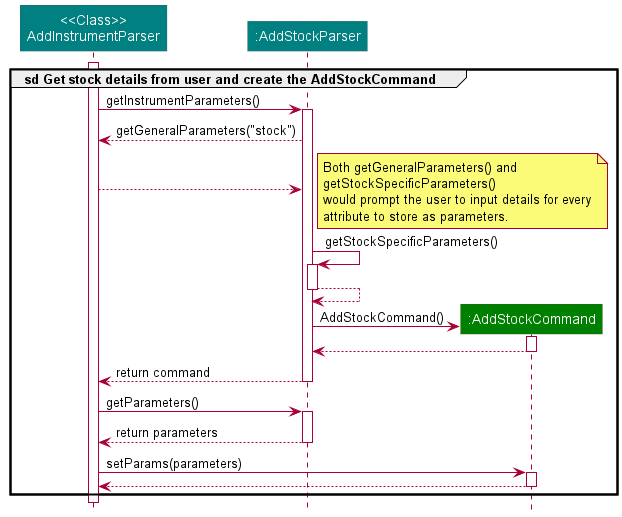
williamlamjy/mTracker keeps this PlantUML diagram as docs/images/AddStockSequenceDiagramRef.png. Above is the earlier version.
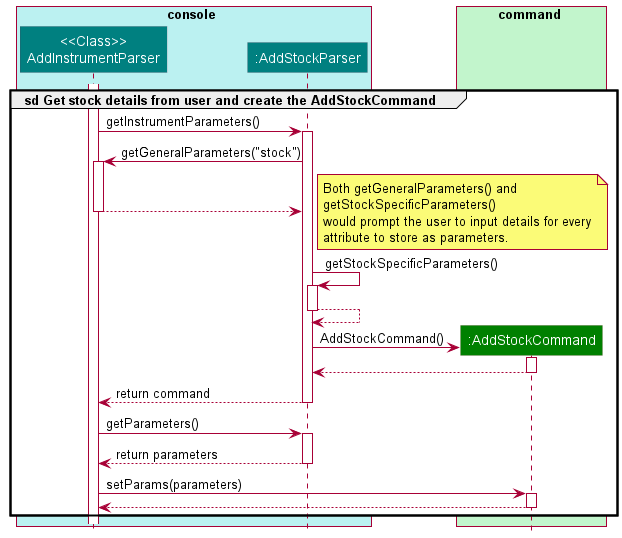
After the commit.

Commit message:
Fix according to pr feedback

The edit, as a diff of the source:
```diff
@@ -2,17 +2,24 @@
 !include Styles.puml
 
 group sd Get stock details from user and create the AddStockCommand
+
+box console COLOR_CONSOLE_SEGMENT
 participant "<<Class>>\nAddInstrumentParser" as AddInstrumentParser COLOR_CONSOLE
 participant ":AddStockParser" as AddStockParser COLOR_CONSOLE
+end box
+
+box command COLOR_FAINT_GREEN
 participant ":AddStockCommand" as AddStockCommand COLOR_COMMANDS
-
+end box
 activate AddInstrumentParser
 
 AddInstrumentParser-> AddStockParser : getInstrumentParameters()
 activate AddStockParser
-AddInstrumentParser<--AddStockParser : getGeneralParameters("stock")
+AddInstrumentParser<-AddStockParser : getGeneralParameters("stock")
+activate AddInstrumentParser
+AddInstrumentParser--> AddStockParser
+deactivate AddInstrumentParser
 
-AddInstrumentParser--> AddStockParser
 
 note right
 Both getGeneralParameters() and
```
